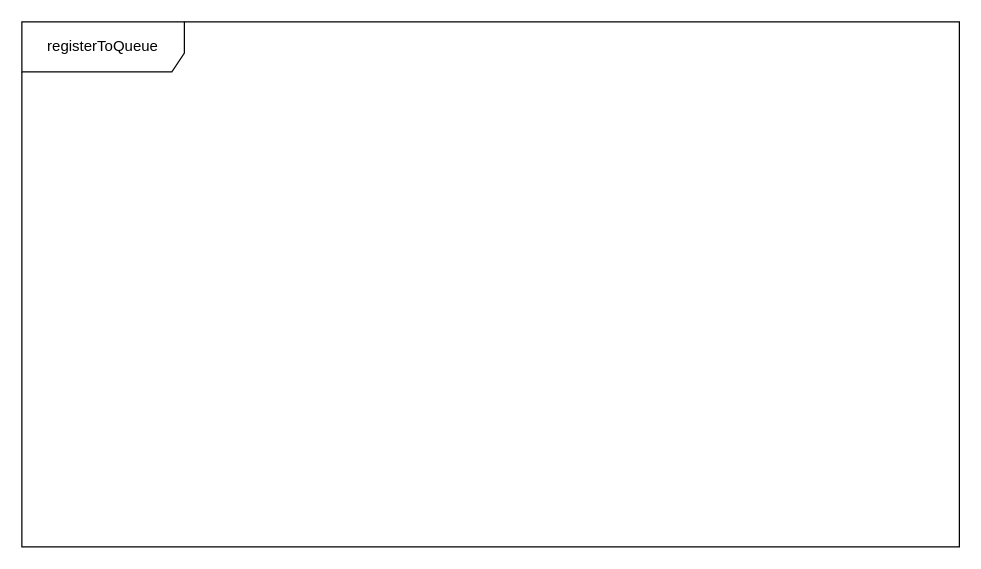
Earlier version of the draw.io diagram page "process: registerToQueue()" (5 of 6) of docs/main.drawio (itay-bardugo/knocqueue). Source tidied: cells renumbered, new cells numbered last; positions are measured from the earlier drawing's top-left corner, leaving out a move shared by most shapes. Both pictures are drawn from the tidied source at 125%, with x=0, y=0 at pixel (21, 21).
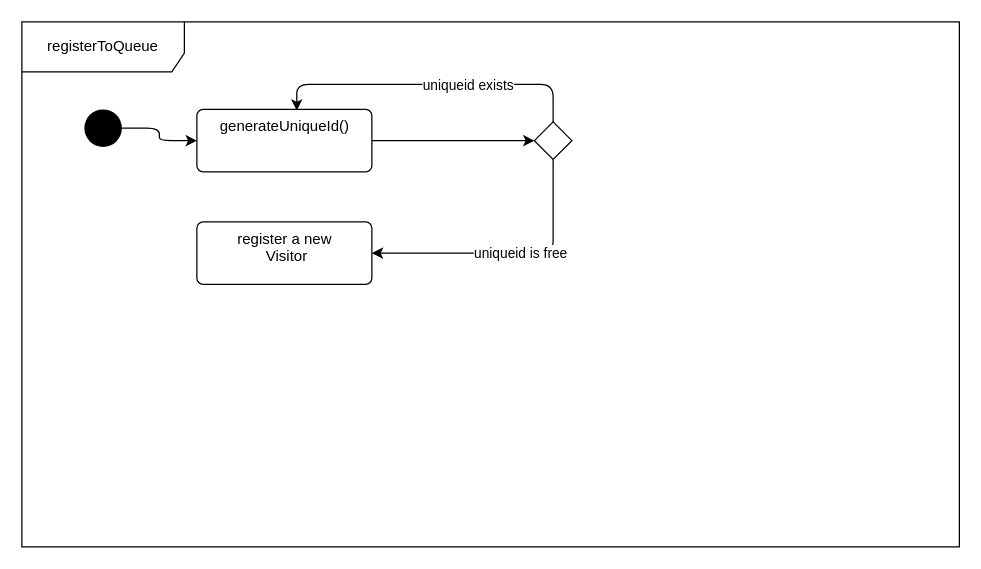
After the change.

Commit message (it also covers changes not shown here):
tech files: proccess: registerToQueue() model: Visitor, Ticket, Activity

Diff of the diagram source:
```diff
@@
 <mxGraphModel>
   <root>
     <mxCell id="0" />
     <mxCell id="1" parent="0" />
     <mxCell id="2" value="registerToQueue" style="shape=umlFrame;whiteSpace=wrap;html=1;width=130;height=40;" parent="1" vertex="1">
       <mxGeometry width="750" height="420" as="geometry" />
     </mxCell>
+    <mxCell id="3" style="edgeStyle=orthogonalEdgeStyle;rounded=1;jettySize=auto;html=1;" parent="1" edge="1" source="4" target="6">
+      <mxGeometry relative="1" as="geometry" />
+    </mxCell>
+    <mxCell id="4" style="ellipse;fillColor=#000000;strokeColor=none;" parent="1" vertex="1">
+      <mxGeometry x="50" y="70" width="30" height="30" as="geometry" />
+    </mxCell>
+    <mxCell id="5" style="edgeStyle=orthogonalEdgeStyle;rounded=1;jettySize=auto;html=1;" parent="1" edge="1" source="6" target="11">
+      <mxGeometry relative="1" as="geometry" />
+    </mxCell>
+    <mxCell id="6" value="generateUniqueId()" style="html=1;align=center;verticalAlign=top;rounded=1;absoluteArcSize=1;arcSize=10;dashed=0;" parent="1" vertex="1">
+      <mxGeometry x="140" y="70" width="140" height="50" as="geometry" />
+    </mxCell>
+    <mxCell id="7" style="edgeStyle=orthogonalEdgeStyle;rounded=1;jettySize=auto;html=1;entryX=0.571;entryY=0.02;entryDx=0;entryDy=0;entryPerimeter=0;" parent="1" edge="1" source="11" target="6">
+      <mxGeometry relative="1" as="geometry">
+        <Array as="points">
+          <mxPoint x="425" y="50" />
+          <mxPoint x="220" y="50" />
+        </Array>
+      </mxGeometry>
+    </mxCell>
+    <mxCell id="8" value="uniqueid exists" style="edgeLabel;html=1;align=center;verticalAlign=middle;" parent="7" vertex="1">
+      <mxGeometry x="-0.23" relative="1" as="geometry" />
+    </mxCell>
+    <mxCell id="9" style="edgeStyle=orthogonalEdgeStyle;rounded=1;jettySize=auto;html=1;entryX=1;entryY=0.5;entryDx=0;entryDy=0;exitX=0.5;exitY=1;exitDx=0;exitDy=0;" parent="1" edge="1" source="11" target="12">
+      <mxGeometry relative="1" as="geometry" />
+    </mxCell>
+    <mxCell id="10" value="uniqueid is free" style="edgeLabel;html=1;align=center;verticalAlign=middle;" parent="9" vertex="1">
+      <mxGeometry x="-0.07" y="-1" relative="1" as="geometry" />
+    </mxCell>
+    <mxCell id="11" style="rhombus;" parent="1" vertex="1">
+      <mxGeometry x="410" y="80" width="30" height="30" as="geometry" />
+    </mxCell>
+    <mxCell id="12" value="register a new&lt;br&gt;&amp;nbsp;Visitor" style="html=1;align=center;verticalAlign=top;rounded=1;absoluteArcSize=1;arcSize=10;dashed=0;" parent="1" vertex="1">
+      <mxGeometry x="140" y="160" width="140" height="50" as="geometry" />
+    </mxCell>
   </root>
 </mxGraphModel>
```
